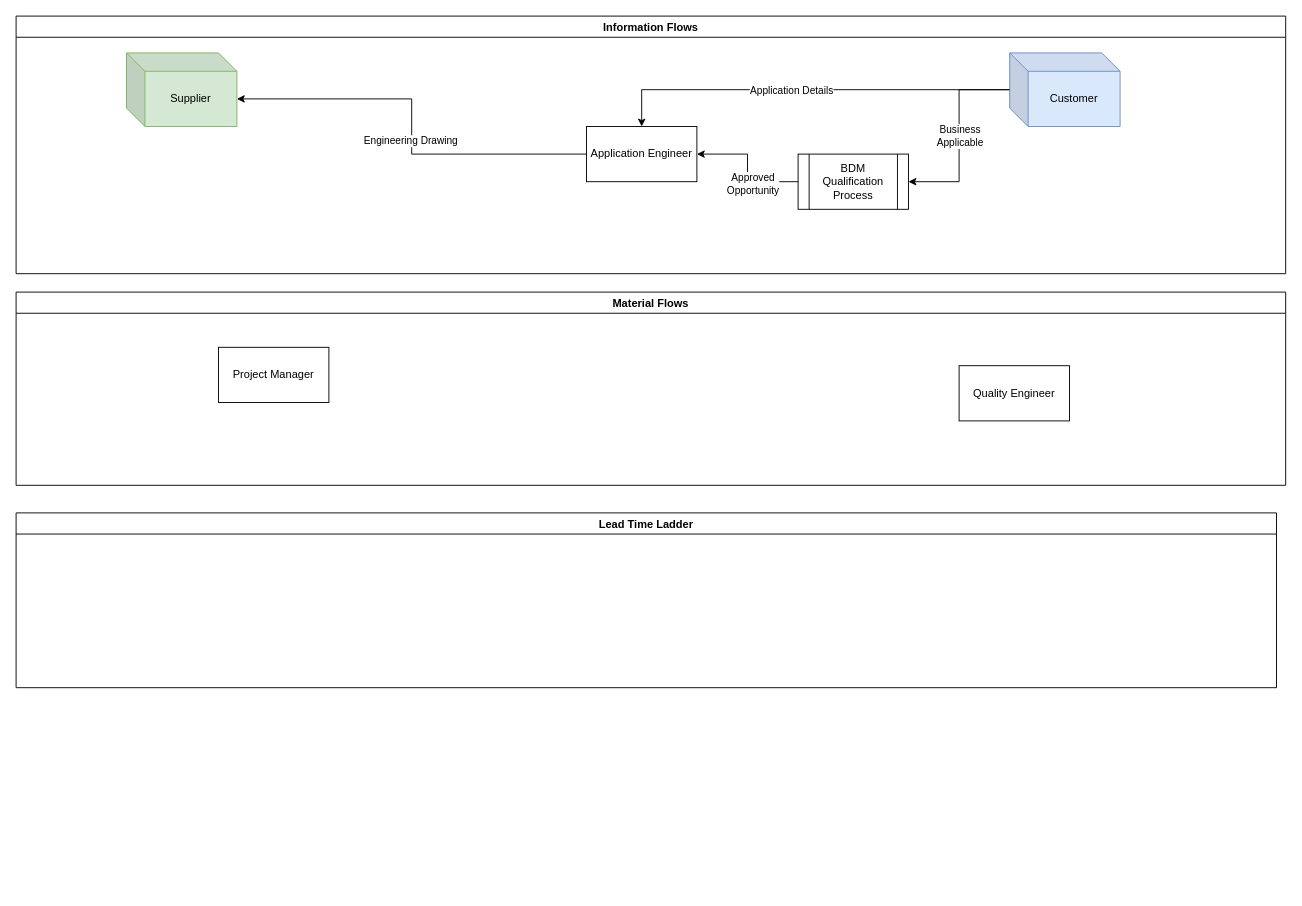
The draw.io diagram AE VSM.drawio in JMacT/Face-Seal-Project-ESP-International, before the edit. Source tidied: cells renumbered, new cells numbered last; positions are measured from the earlier drawing's top-left corner, leaving out a move shared by most shapes. Both pictures are drawn from the tidied source at 92%, with x=0, y=0 at pixel (16, 16).
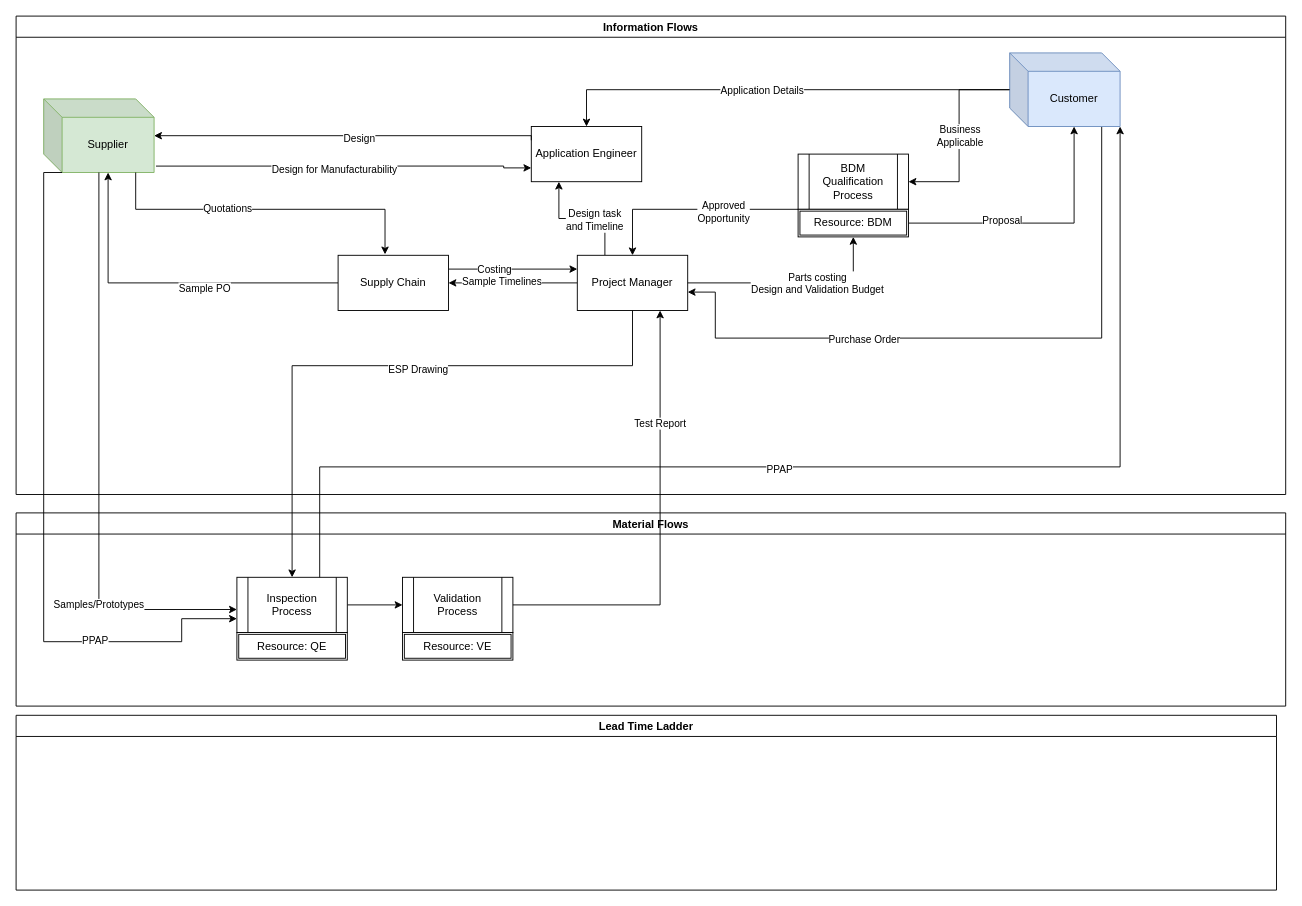
Above is the later version.

Commit message:
Created a process flow but not a VSM

The change refers to these unchanged cells:
```xml
<mxCell id="5" value="Customer" style="shape=cube;whiteSpace=wrap;html=1;boundedLbl=1;backgroundOutline=1;darkOpacity=0.05;darkOpacity2=0.1;fillColor=#dae8fc;strokeColor=#6c8ebf;" parent="2" vertex="1">
  <mxGeometry x="1080" y="40" width="120" height="80" as="geometry" />
</mxCell>
<mxCell id="10" value="BDM Qualification Process" style="shape=process;whiteSpace=wrap;html=1;backgroundOutline=1;" parent="2" vertex="1">
  <mxGeometry x="850" y="150" width="120" height="60" as="geometry" />
</mxCell>
```

What changed in the source:
```diff
@@
     <mxCell id="2" value="Information Flows" style="swimlane;" parent="1" vertex="1">
-      <mxGeometry width="1380" height="280" as="geometry" />
+      <mxGeometry width="1380" height="520" as="geometry" />
     </mxCell>
@@
+    <mxCell id="19" style="edgeStyle=orthogonalEdgeStyle;rounded=0;jettySize=auto;html=1;" parent="2" edge="1" source="5" target="16">
+      <mxGeometry relative="1" as="geometry">
+        <Array as="points">
+          <mxPoint x="1180" y="350" />
+          <mxPoint x="760" y="350" />
+          <mxPoint x="760" y="300" />
+        </Array>
+      </mxGeometry>
+    </mxCell>
+    <mxCell id="20" value="Purchase Order" style="edgeLabel;html=1;align=center;verticalAlign=middle;" parent="19" vertex="1">
+      <mxGeometry x="0.34" y="1" relative="1" as="geometry" />
+    </mxCell>
@@
+    <mxCell id="21" style="edgeStyle=orthogonalEdgeStyle;rounded=0;jettySize=auto;html=1;exitX=1.017;exitY=0.913;exitDx=0;exitDy=0;exitPerimeter=0;entryX=0;entryY=0.75;entryDx=0;entryDy=0;" parent="2" edge="1" source="6" target="9">
+      <mxGeometry relative="1" as="geometry">
+        <Array as="points">
+          <mxPoint x="530" y="163" />
+          <mxPoint x="530" y="165" />
+        </Array>
+      </mxGeometry>
+    </mxCell>
+    <mxCell id="22" value="Design for Manufacturability" style="edgeLabel;html=1;align=center;verticalAlign=middle;" parent="21" vertex="1">
+      <mxGeometry x="-0.06" y="-3" relative="1" as="geometry" />
+    </mxCell>
     <mxCell id="6" value="Supplier" style="shape=cube;whiteSpace=wrap;html=1;boundedLbl=1;backgroundOutline=1;darkOpacity=0.05;darkOpacity2=0.1;fillColor=#d5e8d4;strokeColor=#82b366;" parent="2" vertex="1">
-      <mxGeometry x="120" y="40" width="120" height="80" as="geometry" />
+      <mxGeometry x="30" y="90" width="120" height="80" as="geometry" />
     </mxCell>
-    <mxCell id="7" style="edgeStyle=orthogonalEdgeStyle;rounded=0;jettySize=auto;html=1;entryX=0;entryY=0;entryDx=120;entryDy=50;entryPerimeter=0;" parent="2" edge="1" source="9" target="6">
-      <mxGeometry relative="1" as="geometry" />
-    </mxCell>
-    <mxCell id="8" value="Engineering Drawing" style="edgeLabel;html=1;align=center;verticalAlign=middle;" parent="7" vertex="1">
-      <mxGeometry x="-0.07" y="2" relative="1" as="geometry" />
-    </mxCell>
     <mxCell id="9" value="Application Engineer" style="rounded=0;whiteSpace=wrap;html=1;" parent="2" vertex="1">
-      <mxGeometry x="620" y="120" width="120" height="60" as="geometry" />
+      <mxGeometry x="560" y="120" width="120" height="60" as="geometry" />
     </mxCell>
@@
-    <mxCell id="11" style="edgeStyle=orthogonalEdgeStyle;rounded=0;jettySize=auto;html=1;entryX=1;entryY=0.5;entryDx=0;entryDy=0;" parent="2" edge="1" source="10" target="9">
-      <mxGeometry relative="1" as="geometry" />
+    <mxCell id="11" style="edgeStyle=orthogonalEdgeStyle;rounded=0;jettySize=auto;html=1;" parent="2" edge="1" source="10" target="16">
+      <mxGeometry relative="1" as="geometry">
+        <Array as="points">
+          <mxPoint x="670" y="210" />
+        </Array>
+      </mxGeometry>
     </mxCell>
@@
+    <mxCell id="7" style="edgeStyle=orthogonalEdgeStyle;rounded=0;jettySize=auto;html=1;exitX=0;exitY=0.25;exitDx=0;exitDy=0;" parent="2" edge="1" source="9">
+      <mxGeometry relative="1" as="geometry">
+        <mxPoint x="150" y="130" as="targetPoint" />
+        <Array as="points">
+          <mxPoint x="560" y="130" />
+        </Array>
+      </mxGeometry>
+    </mxCell>
+    <mxCell id="8" value="Design" style="edgeLabel;html=1;align=center;verticalAlign=middle;" parent="7" vertex="1">
+      <mxGeometry x="-0.07" y="2" relative="1" as="geometry" />
+    </mxCell>
+    <mxCell id="23" style="edgeStyle=orthogonalEdgeStyle;rounded=0;jettySize=auto;html=1;entryX=0.25;entryY=1;entryDx=0;entryDy=0;" parent="2" edge="1" source="16" target="9">
+      <mxGeometry relative="1" as="geometry">
+        <Array as="points">
+          <mxPoint x="640" y="220" />
+          <mxPoint x="590" y="220" />
+        </Array>
+      </mxGeometry>
+    </mxCell>
+    <mxCell id="24" value="Design task&lt;br&gt;and Timeline" style="edgeLabel;html=1;align=center;verticalAlign=middle;" parent="23" vertex="1">
+      <mxGeometry x="-0.2" y="1" relative="1" as="geometry" />
+    </mxCell>
+    <mxCell id="25" style="edgeStyle=orthogonalEdgeStyle;rounded=0;jettySize=auto;html=1;entryX=1;entryY=0.5;entryDx=0;entryDy=0;" parent="2" edge="1" source="16" target="31">
+      <mxGeometry relative="1" as="geometry" />
+    </mxCell>
+    <mxCell id="26" value="Sample Timelines" style="edgeLabel;html=1;align=center;verticalAlign=middle;" parent="25" vertex="1">
+      <mxGeometry x="0.19" y="-2" relative="1" as="geometry" />
+    </mxCell>
+    <mxCell id="16" value="Project Manager" style="rounded=0;whiteSpace=wrap;html=1;" parent="2" vertex="1">
+      <mxGeometry x="610" y="260" width="120" height="60" as="geometry" />
+    </mxCell>
+    <mxCell id="27" style="edgeStyle=orthogonalEdgeStyle;rounded=0;jettySize=auto;html=1;entryX=0;entryY=0;entryDx=70;entryDy=80;entryPerimeter=0;" parent="2" edge="1" source="31" target="6">
+      <mxGeometry relative="1" as="geometry" />
+    </mxCell>
+    <mxCell id="28" value="Sample PO" style="edgeLabel;html=1;align=center;verticalAlign=middle;" parent="27" vertex="1">
+      <mxGeometry x="-0.21" y="5" relative="1" as="geometry" />
+    </mxCell>
+    <mxCell id="29" style="edgeStyle=orthogonalEdgeStyle;rounded=0;jettySize=auto;html=1;exitX=1;exitY=0.25;exitDx=0;exitDy=0;entryX=0;entryY=0.25;entryDx=0;entryDy=0;" parent="2" edge="1" source="31" target="16">
+      <mxGeometry relative="1" as="geometry" />
+    </mxCell>
+    <mxCell id="30" value="Costing" style="edgeLabel;html=1;align=center;verticalAlign=middle;" parent="29" vertex="1">
+      <mxGeometry x="-0.3" relative="1" as="geometry" />
+    </mxCell>
+    <mxCell id="31" value="Supply Chain" style="rounded=0;whiteSpace=wrap;html=1;" parent="2" vertex="1">
+      <mxGeometry x="350" y="260" width="120" height="60" as="geometry" />
+    </mxCell>
+    <mxCell id="32" style="edgeStyle=orthogonalEdgeStyle;rounded=0;jettySize=auto;html=1;entryX=0.425;entryY=-0.017;entryDx=0;entryDy=0;entryPerimeter=0;" parent="2" edge="1" source="6" target="31">
+      <mxGeometry relative="1" as="geometry">
+        <Array as="points">
+          <mxPoint x="130" y="210" />
+          <mxPoint x="401" y="210" />
+        </Array>
+      </mxGeometry>
+    </mxCell>
+    <mxCell id="33" value="Quotations" style="edgeLabel;html=1;align=center;verticalAlign=middle;" parent="32" vertex="1">
+      <mxGeometry x="-0.23" y="2" relative="1" as="geometry" />
+    </mxCell>
+    <mxCell id="34" style="edgeStyle=orthogonalEdgeStyle;rounded=0;jettySize=auto;html=1;entryX=0;entryY=0;entryDx=70;entryDy=80;entryPerimeter=0;" parent="2" edge="1" source="36" target="5">
+      <mxGeometry relative="1" as="geometry" />
+    </mxCell>
+    <mxCell id="35" value="Proposal" style="edgeLabel;html=1;align=center;verticalAlign=middle;" parent="34" vertex="1">
+      <mxGeometry x="-0.29" y="3" relative="1" as="geometry" />
+    </mxCell>
+    <mxCell id="36" value="Resource: BDM" style="shape=ext;double=1;rounded=0;whiteSpace=wrap;html=1;" parent="2" vertex="1">
+      <mxGeometry x="850" y="210" width="120" height="30" as="geometry" />
+    </mxCell>
+    <mxCell id="37" style="edgeStyle=orthogonalEdgeStyle;rounded=0;jettySize=auto;html=1;entryX=0.5;entryY=1;entryDx=0;entryDy=0;" parent="2" edge="1" source="16" target="36">
+      <mxGeometry relative="1" as="geometry" />
+    </mxCell>
+    <mxCell id="38" value="Parts costing&lt;br&gt;Design and Validation Budget" style="edgeLabel;html=1;align=center;verticalAlign=middle;" parent="37" vertex="1">
+      <mxGeometry x="-0.35" y="-2" relative="1" as="geometry">
+        <mxPoint x="65" y="-2" as="offset" />
+      </mxGeometry>
+    </mxCell>
     <mxCell id="15" value="Material Flows" style="swimlane;" parent="1" vertex="1">
-      <mxGeometry y="300" width="1380" height="210" as="geometry" />
+      <mxGeometry y="540" width="1380" height="210" as="geometry" />
     </mxCell>
-    <mxCell id="16" value="Project Manager" style="rounded=0;whiteSpace=wrap;html=1;" parent="15" vertex="1">
-      <mxGeometry x="220" y="60" width="120" height="60" as="geometry" />
-    </mxCell>
-    <mxCell id="17" value="Quality Engineer" style="rounded=0;whiteSpace=wrap;html=1;" parent="15" vertex="1">
-      <mxGeometry x="1025" y="80" width="120" height="60" as="geometry" />
-    </mxCell>
+    <mxCell id="39" style="edgeStyle=orthogonalEdgeStyle;rounded=0;jettySize=auto;html=1;entryX=0;entryY=0.5;entryDx=0;entryDy=0;" parent="15" edge="1" source="40" target="42">
+      <mxGeometry relative="1" as="geometry" />
+    </mxCell>
+    <mxCell id="40" value="Inspection Process" style="shape=process;whiteSpace=wrap;html=1;backgroundOutline=1;" parent="15" vertex="1">
+      <mxGeometry x="240" y="70" width="120" height="60" as="geometry" />
+    </mxCell>
+    <mxCell id="41" value="Resource: QE" style="shape=ext;double=1;rounded=0;whiteSpace=wrap;html=1;" parent="15" vertex="1">
+      <mxGeometry x="240" y="130" width="120" height="30" as="geometry" />
+    </mxCell>
+    <mxCell id="42" value="Validation Process" style="shape=process;whiteSpace=wrap;html=1;backgroundOutline=1;" parent="15" vertex="1">
+      <mxGeometry x="420" y="70" width="120" height="60" as="geometry" />
+    </mxCell>
+    <mxCell id="43" value="Resource: VE" style="shape=ext;double=1;rounded=0;whiteSpace=wrap;html=1;" parent="15" vertex="1">
+      <mxGeometry x="420" y="130" width="120" height="30" as="geometry" />
+    </mxCell>
     <mxCell id="18" value="Lead Time Ladder" style="swimlane;" parent="1" vertex="1">
-      <mxGeometry y="540" width="1370" height="190" as="geometry" />
+      <mxGeometry y="760" width="1370" height="190" as="geometry" />
     </mxCell>
+    <mxCell id="44" style="edgeStyle=orthogonalEdgeStyle;rounded=0;jettySize=auto;html=1;" parent="1" edge="1" source="6" target="40">
+      <mxGeometry relative="1" as="geometry">
+        <Array as="points">
+          <mxPoint x="90" y="645" />
+        </Array>
+      </mxGeometry>
+    </mxCell>
+    <mxCell id="45" value="Samples/Prototypes" style="edgeLabel;html=1;align=center;verticalAlign=middle;" parent="44" vertex="1">
+      <mxGeometry x="0.5" y="-1" relative="1" as="geometry" />
+    </mxCell>
+    <mxCell id="46" style="edgeStyle=orthogonalEdgeStyle;rounded=0;jettySize=auto;html=1;" parent="1" edge="1" source="16" target="40">
+      <mxGeometry relative="1" as="geometry">
+        <Array as="points">
+          <mxPoint x="670" y="380" />
+          <mxPoint x="300" y="380" />
+        </Array>
+      </mxGeometry>
+    </mxCell>
+    <mxCell id="47" value="ESP Drawing" style="edgeLabel;html=1;align=center;verticalAlign=middle;" parent="46" vertex="1">
+      <mxGeometry x="-0.11" y="3" relative="1" as="geometry" />
+    </mxCell>
+    <mxCell id="48" style="edgeStyle=orthogonalEdgeStyle;rounded=0;jettySize=auto;html=1;entryX=0.75;entryY=1;entryDx=0;entryDy=0;" parent="1" edge="1" source="42" target="16">
+      <mxGeometry relative="1" as="geometry" />
+    </mxCell>
+    <mxCell id="49" value="Test Report" style="edgeLabel;html=1;align=center;verticalAlign=middle;" parent="48" vertex="1">
+      <mxGeometry x="0.49" y="1" relative="1" as="geometry" />
+    </mxCell>
+    <mxCell id="50" style="edgeStyle=orthogonalEdgeStyle;rounded=0;jettySize=auto;html=1;entryX=0;entryY=0.75;entryDx=0;entryDy=0;exitX=0;exitY=0;exitDx=20;exitDy=80;exitPerimeter=0;" parent="1" edge="1" source="6" target="40">
+      <mxGeometry relative="1" as="geometry">
+        <Array as="points">
+          <mxPoint x="30" y="170" />
+          <mxPoint x="30" y="680" />
+          <mxPoint x="180" y="680" />
+          <mxPoint x="180" y="655" />
+        </Array>
+      </mxGeometry>
+    </mxCell>
+    <mxCell id="51" value="PPAP" style="edgeLabel;html=1;align=center;verticalAlign=middle;" parent="50" vertex="1">
+      <mxGeometry x="0.53" y="2" relative="1" as="geometry" />
+    </mxCell>
+    <mxCell id="52" style="edgeStyle=orthogonalEdgeStyle;rounded=0;jettySize=auto;html=1;exitX=0.75;exitY=0;exitDx=0;exitDy=0;entryX=1;entryY=1;entryDx=0;entryDy=0;entryPerimeter=0;" parent="1" edge="1" source="40" target="5">
+      <mxGeometry relative="1" as="geometry">
+        <Array as="points">
+          <mxPoint x="330" y="490" />
+          <mxPoint x="1200" y="490" />
+        </Array>
+      </mxGeometry>
+    </mxCell>
+    <mxCell id="53" value="PPAP" style="edgeLabel;html=1;align=center;verticalAlign=middle;" parent="52" vertex="1">
+      <mxGeometry x="-0.09" y="-2" relative="1" as="geometry" />
+    </mxCell>
```
